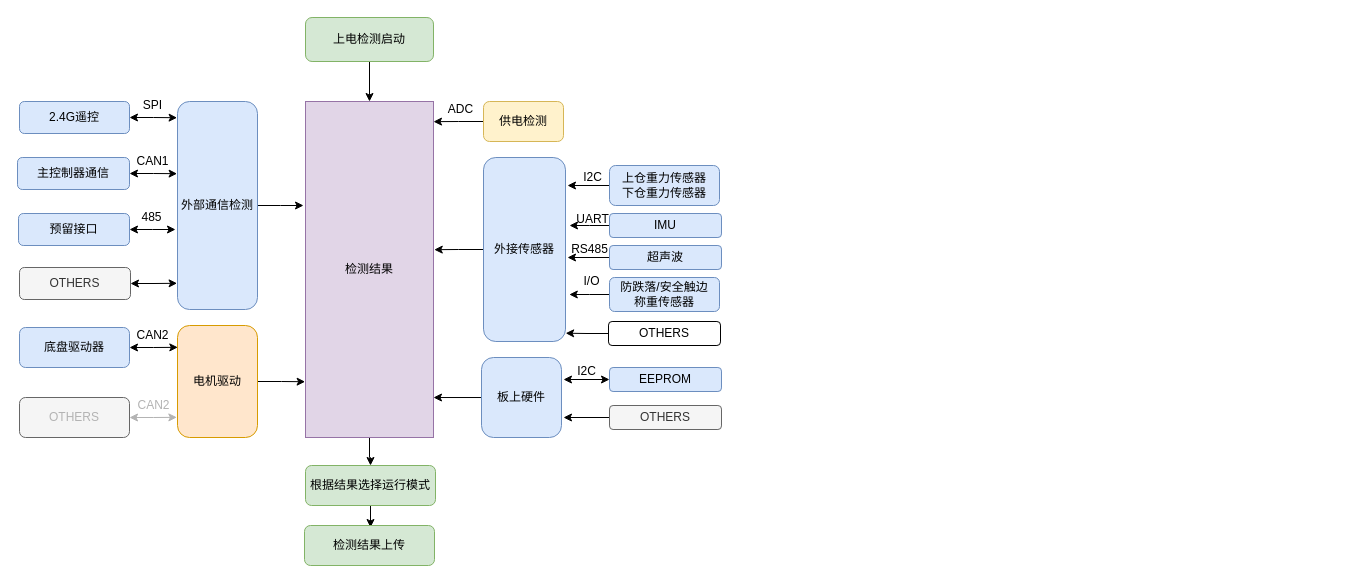
This is 未命名绘图.drawio from DaLinYYY/Diagram, a draw.io file, before an edit. Source tidied: cells renumbered, new cells numbered last; positions are measured from the earlier drawing's top-left corner, leaving out a move shared by most shapes. Both pictures are drawn from the tidied source at 100%, with x=0, y=0 at pixel (17, 17).
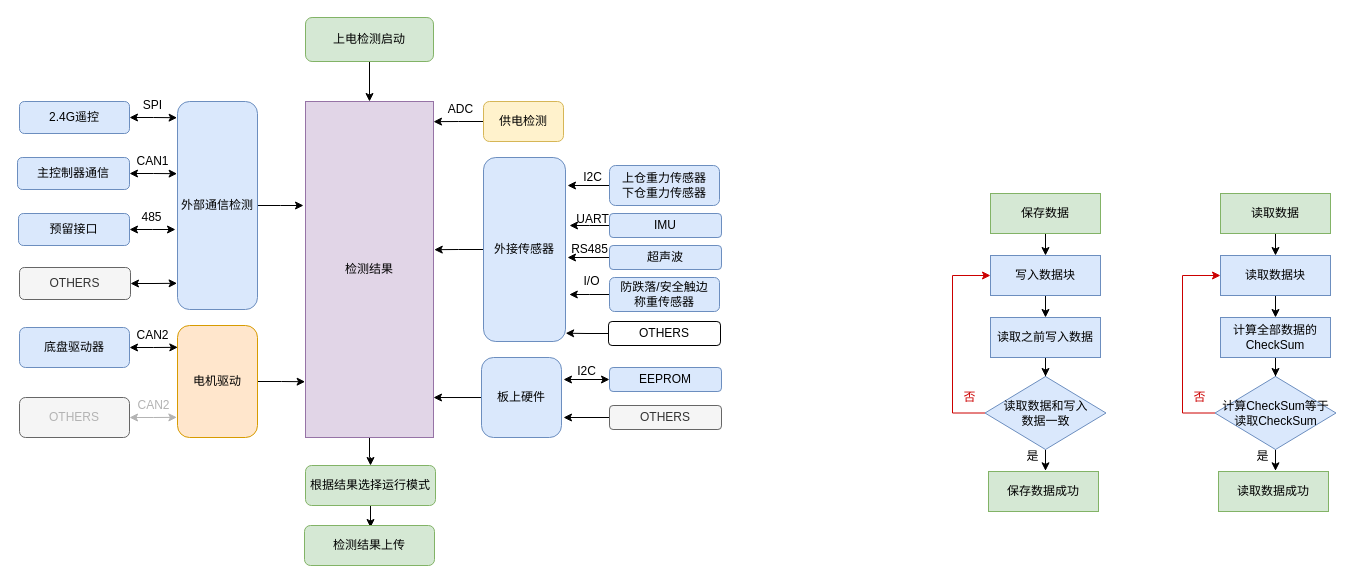
The same page after the edit.

Commit message:
更新未命名绘图.drawio

Diff of the diagram source:
```diff
@@
+    <mxCell id="56" style="edgeStyle=orthogonalEdgeStyle;rounded=0;jettySize=auto;html=1;entryX=0.5;entryY=0;entryDx=0;entryDy=0;fontColor=#B3B3B3;startArrow=none;startFill=0;endArrow=classic;endFill=1;strokeColor=#000000;" parent="1" edge="1" source="57" target="59">
+      <mxGeometry relative="1" as="geometry" />
+    </mxCell>
+    <mxCell id="57" value="保存数据" style="rounded=0;whiteSpace=wrap;html=1;fillColor=#d5e8d4;strokeColor=#82b366;" parent="1" vertex="1">
+      <mxGeometry x="973" y="176" width="110" height="40" as="geometry" />
+    </mxCell>
+    <mxCell id="58" style="edgeStyle=orthogonalEdgeStyle;rounded=0;jettySize=auto;html=1;entryX=0.5;entryY=0;entryDx=0;entryDy=0;fontColor=#B3B3B3;startArrow=none;startFill=0;endArrow=classic;endFill=1;strokeColor=#000000;" parent="1" edge="1" source="59" target="61">
+      <mxGeometry relative="1" as="geometry" />
+    </mxCell>
+    <mxCell id="59" value="写入数据块" style="rounded=0;whiteSpace=wrap;html=1;fillColor=#dae8fc;strokeColor=#6c8ebf;" parent="1" vertex="1">
+      <mxGeometry x="973" y="238" width="110" height="40" as="geometry" />
+    </mxCell>
+    <mxCell id="60" style="edgeStyle=orthogonalEdgeStyle;rounded=0;jettySize=auto;html=1;entryX=0.5;entryY=0;entryDx=0;entryDy=0;fontColor=#B3B3B3;startArrow=none;startFill=0;endArrow=classic;endFill=1;strokeColor=#000000;" parent="1" edge="1" source="61" target="64">
+      <mxGeometry relative="1" as="geometry" />
+    </mxCell>
+    <mxCell id="61" value="读取之前写入数据" style="rounded=0;whiteSpace=wrap;html=1;fillColor=#dae8fc;strokeColor=#6c8ebf;" parent="1" vertex="1">
+      <mxGeometry x="973" y="300" width="110" height="40" as="geometry" />
+    </mxCell>
+    <mxCell id="62" style="edgeStyle=orthogonalEdgeStyle;rounded=0;jettySize=auto;html=1;fontColor=#B3B3B3;startArrow=none;startFill=0;endArrow=classic;endFill=1;strokeColor=#000000;" parent="1" edge="1" source="64">
+      <mxGeometry relative="1" as="geometry">
+        <mxPoint x="1028" y="453.3" as="targetPoint" />
+      </mxGeometry>
+    </mxCell>
+    <mxCell id="63" style="edgeStyle=orthogonalEdgeStyle;rounded=0;jettySize=auto;html=1;entryX=0;entryY=0.5;entryDx=0;entryDy=0;fontColor=#B3B3B3;startArrow=none;startFill=0;endArrow=classic;endFill=1;strokeColor=#CC0000;" parent="1" edge="1" source="64" target="59">
+      <mxGeometry relative="1" as="geometry">
+        <Array as="points">
+          <mxPoint x="935" y="396" />
+          <mxPoint x="935" y="258" />
+        </Array>
+      </mxGeometry>
+    </mxCell>
+    <mxCell id="64" value="读取数据和写入&lt;br&gt;数据一致" style="rhombus;whiteSpace=wrap;html=1;rounded=0;strokeColor=#6c8ebf;fillColor=#dae8fc;" parent="1" vertex="1">
+      <mxGeometry x="967.5" y="359" width="121" height="73" as="geometry" />
+    </mxCell>
+    <mxCell id="65" value="保存数据成功" style="rounded=0;whiteSpace=wrap;html=1;fillColor=#d5e8d4;strokeColor=#82b366;" parent="1" vertex="1">
+      <mxGeometry x="971" y="454" width="110" height="40" as="geometry" />
+    </mxCell>
+    <mxCell id="66" value="&lt;font color=&quot;#cc0000&quot;&gt;否&lt;/font&gt;" style="text;html=1;align=center;verticalAlign=middle;strokeColor=none;fillColor=none;fontColor=#B3B3B3;" parent="1" vertex="1">
+      <mxGeometry x="941" y="371" width="22" height="18" as="geometry" />
+    </mxCell>
+    <mxCell id="67" value="&lt;font color=&quot;#000000&quot;&gt;是&lt;/font&gt;" style="text;html=1;align=center;verticalAlign=middle;strokeColor=none;fillColor=none;fontColor=#CC0000;" parent="1" vertex="1">
+      <mxGeometry x="1004" y="430" width="22" height="18" as="geometry" />
+    </mxCell>
+    <mxCell id="68" style="edgeStyle=orthogonalEdgeStyle;rounded=0;jettySize=auto;html=1;entryX=0.5;entryY=0;entryDx=0;entryDy=0;fontColor=#B3B3B3;startArrow=none;startFill=0;endArrow=classic;endFill=1;strokeColor=#000000;" parent="1" edge="1" source="69" target="71">
+      <mxGeometry relative="1" as="geometry" />
+    </mxCell>
+    <mxCell id="69" value="读取数据" style="rounded=0;whiteSpace=wrap;html=1;fillColor=#d5e8d4;strokeColor=#82b366;" parent="1" vertex="1">
+      <mxGeometry x="1203" y="176" width="110" height="40" as="geometry" />
+    </mxCell>
+    <mxCell id="70" style="edgeStyle=orthogonalEdgeStyle;rounded=0;jettySize=auto;html=1;entryX=0.5;entryY=0;entryDx=0;entryDy=0;fontColor=#B3B3B3;startArrow=none;startFill=0;endArrow=classic;endFill=1;strokeColor=#000000;" parent="1" edge="1" source="71" target="73">
+      <mxGeometry relative="1" as="geometry" />
+    </mxCell>
+    <mxCell id="71" value="读取数据块" style="rounded=0;whiteSpace=wrap;html=1;fillColor=#dae8fc;strokeColor=#6c8ebf;" parent="1" vertex="1">
+      <mxGeometry x="1203" y="238" width="110" height="40" as="geometry" />
+    </mxCell>
+    <mxCell id="72" style="edgeStyle=orthogonalEdgeStyle;rounded=0;jettySize=auto;html=1;entryX=0.5;entryY=0;entryDx=0;entryDy=0;fontColor=#B3B3B3;startArrow=none;startFill=0;endArrow=classic;endFill=1;strokeColor=#000000;" parent="1" edge="1" source="73" target="76">
+      <mxGeometry relative="1" as="geometry" />
+    </mxCell>
+    <mxCell id="73" value="计算全部数据的CheckSum" style="rounded=0;whiteSpace=wrap;html=1;fillColor=#dae8fc;strokeColor=#6c8ebf;" parent="1" vertex="1">
+      <mxGeometry x="1203" y="300" width="110" height="40" as="geometry" />
+    </mxCell>
+    <mxCell id="74" style="edgeStyle=orthogonalEdgeStyle;rounded=0;jettySize=auto;html=1;fontColor=#B3B3B3;startArrow=none;startFill=0;endArrow=classic;endFill=1;strokeColor=#000000;" parent="1" edge="1" source="76">
+      <mxGeometry relative="1" as="geometry">
+        <mxPoint x="1258" y="453.3" as="targetPoint" />
+      </mxGeometry>
+    </mxCell>
+    <mxCell id="75" style="edgeStyle=orthogonalEdgeStyle;rounded=0;jettySize=auto;html=1;entryX=0;entryY=0.5;entryDx=0;entryDy=0;fontColor=#B3B3B3;startArrow=none;startFill=0;endArrow=classic;endFill=1;strokeColor=#CC0000;" parent="1" edge="1" source="76" target="71">
+      <mxGeometry relative="1" as="geometry">
+        <Array as="points">
+          <mxPoint x="1165" y="396" />
+          <mxPoint x="1165" y="258" />
+        </Array>
+      </mxGeometry>
+    </mxCell>
+    <mxCell id="76" value="计算CheckSum等于&lt;br&gt;读取CheckSum" style="rhombus;whiteSpace=wrap;html=1;rounded=0;strokeColor=#6c8ebf;fillColor=#dae8fc;" parent="1" vertex="1">
+      <mxGeometry x="1197.5" y="359" width="121" height="73" as="geometry" />
+    </mxCell>
+    <mxCell id="77" value="读取数据成功" style="rounded=0;whiteSpace=wrap;html=1;fillColor=#d5e8d4;strokeColor=#82b366;" parent="1" vertex="1">
+      <mxGeometry x="1201" y="454" width="110" height="40" as="geometry" />
+    </mxCell>
+    <mxCell id="78" value="&lt;font color=&quot;#cc0000&quot;&gt;否&lt;/font&gt;" style="text;html=1;align=center;verticalAlign=middle;strokeColor=none;fillColor=none;fontColor=#B3B3B3;" parent="1" vertex="1">
+      <mxGeometry x="1171" y="371" width="22" height="18" as="geometry" />
+    </mxCell>
+    <mxCell id="79" value="&lt;font color=&quot;#000000&quot;&gt;是&lt;/font&gt;" style="text;html=1;align=center;verticalAlign=middle;strokeColor=none;fillColor=none;fontColor=#CC0000;" parent="1" vertex="1">
+      <mxGeometry x="1234" y="430" width="22" height="18" as="geometry" />
+    </mxCell>
```
